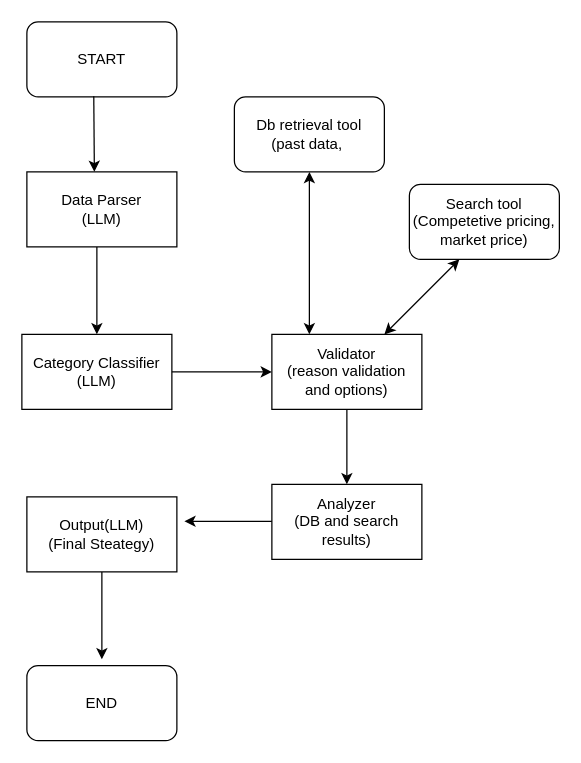
Above: page "Agnetic AI flow" (2 of 2) of Workflow.drawio in suryaagarwal-05/AI-Negotiator (draw.io), before the change. Source tidied: cells renumbered, new cells numbered last; positions are measured from the earlier drawing's top-left corner, leaving out a move shared by most shapes. Both pictures are drawn from the tidied source at 125%, with x=0, y=0 at pixel (21, 21).
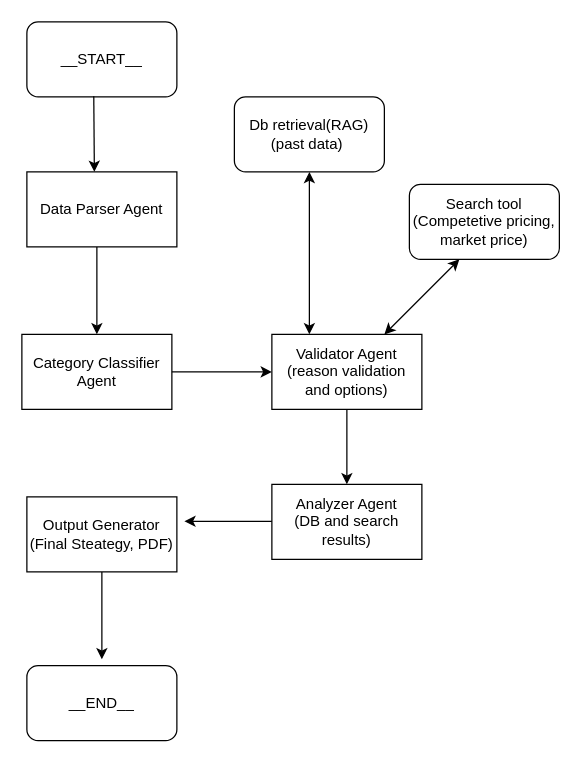
The same page after the edit.

Change to the diagram source:
```diff
@@
-    <mxCell id="2" value="START" style="rounded=1;whiteSpace=wrap;html=1;" parent="1" vertex="1">
+    <mxCell id="2" value="__START__" style="rounded=1;whiteSpace=wrap;html=1;" parent="1" vertex="1">
       <mxGeometry x="4" width="120" height="60" as="geometry" />
     </mxCell>
@@
-    <mxCell id="4" value="Data Parser&lt;br&gt;(LLM)" style="rounded=0;whiteSpace=wrap;html=1;" parent="1" vertex="1">
+    <mxCell id="4" value="Data Parser Agent" style="rounded=0;whiteSpace=wrap;html=1;" parent="1" vertex="1">
       <mxGeometry x="4" y="120" width="120" height="60" as="geometry" />
     </mxCell>
@@
-    <mxCell id="6" value="Category Classifier&lt;br&gt;(LLM)" style="rounded=0;whiteSpace=wrap;html=1;" parent="1" vertex="1">
+    <mxCell id="6" value="Category Classifier&lt;br&gt;Agent" style="rounded=0;whiteSpace=wrap;html=1;" parent="1" vertex="1">
       <mxGeometry y="250" width="120" height="60" as="geometry" />
     </mxCell>
-    <mxCell id="7" value="Validator&lt;br&gt;(reason validation and options)" style="rounded=0;whiteSpace=wrap;html=1;" parent="1" vertex="1">
+    <mxCell id="7" value="Validator Agent&lt;br&gt;(reason validation and options)" style="rounded=0;whiteSpace=wrap;html=1;" parent="1" vertex="1">
       <mxGeometry x="200" y="250" width="120" height="60" as="geometry" />
     </mxCell>
@@
-    <mxCell id="10" value="Analyzer&lt;br&gt;(DB and search results)" style="rounded=0;whiteSpace=wrap;html=1;" parent="1" vertex="1">
+    <mxCell id="10" value="Analyzer Agent&lt;br&gt;(DB and search results)" style="rounded=0;whiteSpace=wrap;html=1;" parent="1" vertex="1">
       <mxGeometry x="200" y="370" width="120" height="60" as="geometry" />
     </mxCell>
@@
-    <mxCell id="15" value="Db retrieval tool&lt;br&gt;(past data,&amp;nbsp;" style="rounded=1;whiteSpace=wrap;html=1;" parent="1" vertex="1">
+    <mxCell id="15" value="Db retrieval(RAG)&lt;br&gt;(past data)&amp;nbsp;" style="rounded=1;whiteSpace=wrap;html=1;" parent="1" vertex="1">
       <mxGeometry x="170" y="60" width="120" height="60" as="geometry" />
     </mxCell>
-    <mxCell id="16" value="Output(LLM)&lt;br&gt;(Final Steategy)" style="rounded=0;whiteSpace=wrap;html=1;" parent="1" vertex="1">
+    <mxCell id="16" value="Output Generator&lt;br&gt;(Final Steategy, PDF)" style="rounded=0;whiteSpace=wrap;html=1;" parent="1" vertex="1">
       <mxGeometry x="4" y="380" width="120" height="60" as="geometry" />
     </mxCell>
@@
-    <mxCell id="18" value="END" style="rounded=1;whiteSpace=wrap;html=1;" parent="1" vertex="1">
+    <mxCell id="18" value="__END__" style="rounded=1;whiteSpace=wrap;html=1;" parent="1" vertex="1">
       <mxGeometry x="4" y="515" width="120" height="60" as="geometry" />
     </mxCell>
```
